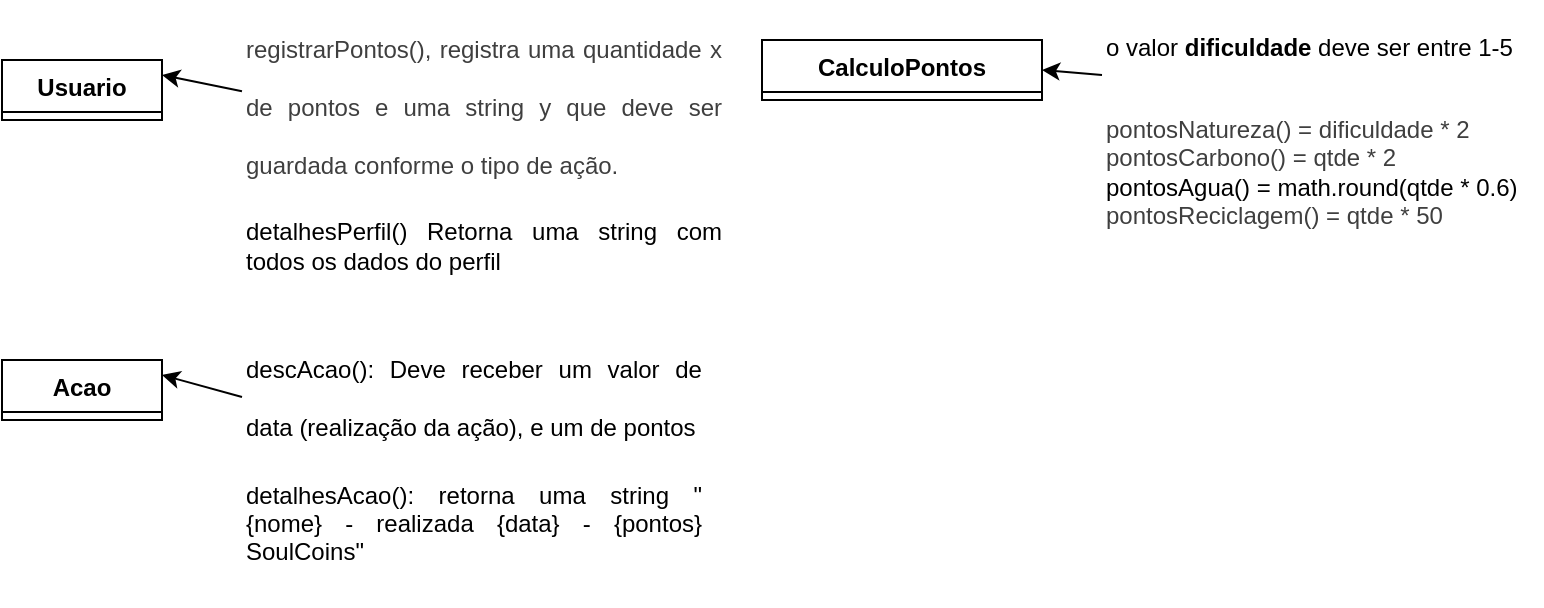
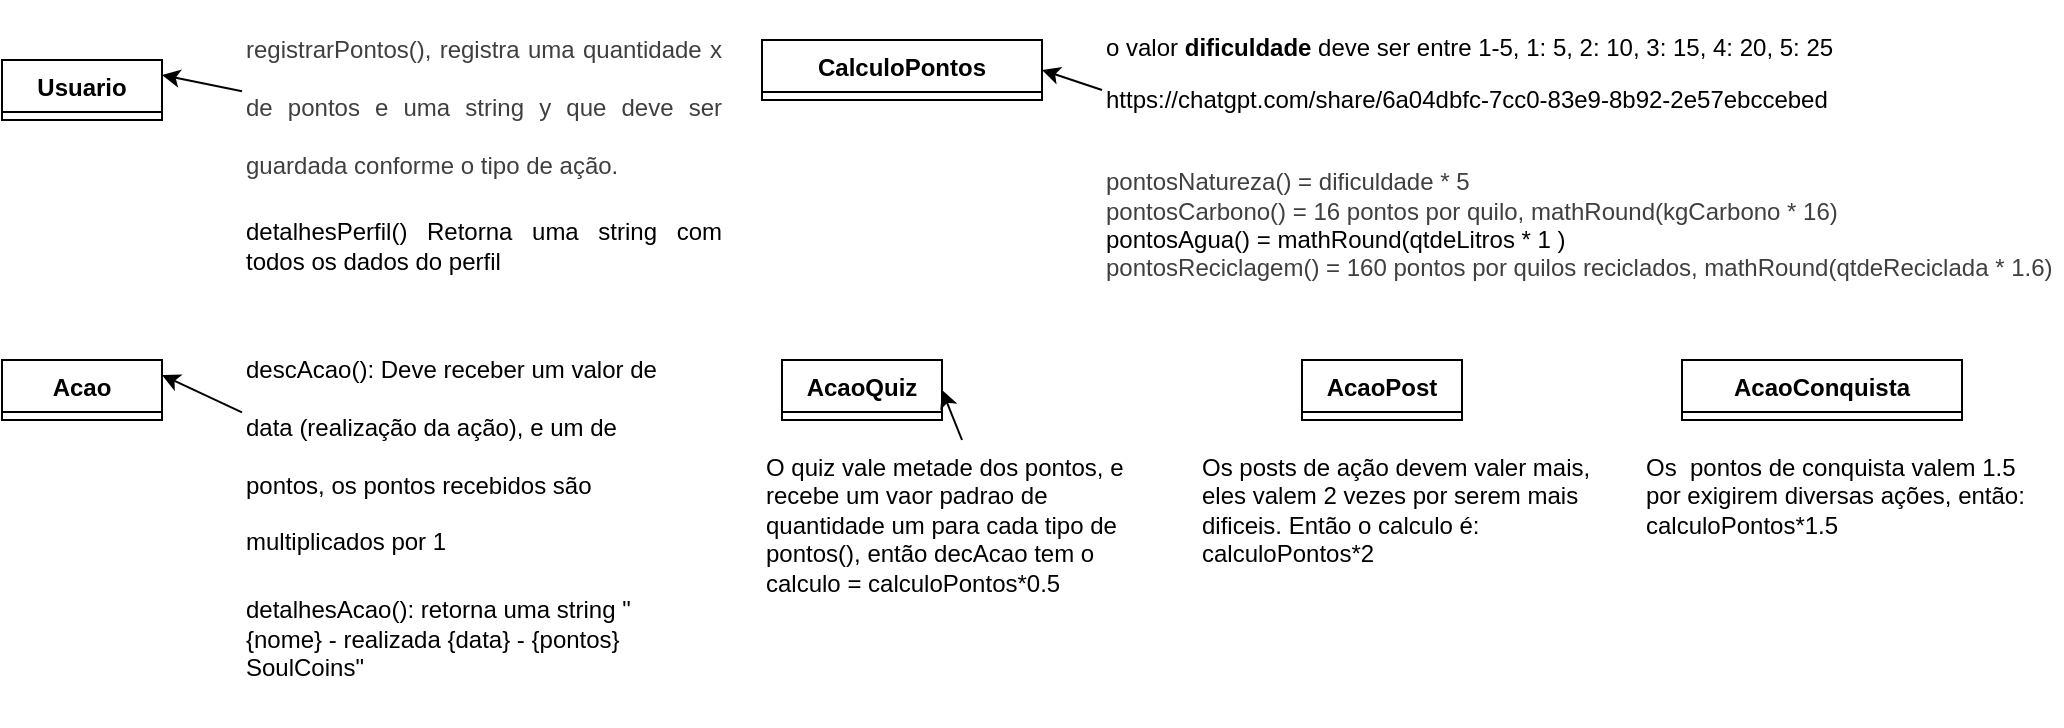
<mxfile host="65bd71144e">
    <diagram id="C4NleTwLMx6O_wPWvEot" name="Page-1">
-         <mxGraphModel dx="572" dy="618" grid="1" gridSize="10" guides="1" tooltips="1" connect="1" arrows="1" fold="1" page="1" pageScale="1" pageWidth="1475" pageHeight="827" math="0" shadow="0">
+         <mxGraphModel dx="558" dy="933" grid="1" gridSize="10" guides="1" tooltips="1" connect="1" arrows="1" fold="1" page="1" pageScale="1" pageWidth="1100" pageHeight="400" math="0" shadow="0">
            <root>
                <mxCell id="0"/>
                <mxCell id="1" parent="0"/>
-                 <mxCell id="2" value="Usuario" style="swimlane;fontStyle=1;align=center;verticalAlign=top;childLayout=stackLayout;horizontal=1;startSize=26;horizontalStack=0;resizeParent=1;resizeParentMax=0;resizeLast=0;collapsible=1;marginBottom=0;whiteSpace=wrap;html=1;" vertex="1" collapsed="1" parent="1">
+                 <mxCell id="2" value="Usuario" style="swimlane;fontStyle=1;align=center;verticalAlign=top;childLayout=stackLayout;horizontal=1;startSize=26;horizontalStack=0;resizeParent=1;resizeParentMax=0;resizeLast=0;collapsible=1;marginBottom=0;whiteSpace=wrap;html=1;" parent="1" vertex="1" collapsed="1">
                    <mxGeometry x="40" y="40" width="80" height="30" as="geometry">
                        <mxRectangle x="40" y="40" width="440" height="230" as="alternateBounds"/>
                    </mxGeometry>
                </mxCell>
-                 <mxCell id="3" value="&lt;span style=&quot;color: rgb(63, 63, 63); font-family: Helvetica; font-size: 14px; font-style: normal; font-variant-ligatures: normal; font-variant-caps: normal; font-weight: 400; letter-spacing: normal; orphans: 2; text-align: -webkit-left; text-indent: 0px; text-transform: none; widows: 2; word-spacing: 0px; -webkit-text-stroke-width: 0px; white-space: normal; background-color: rgb(251, 251, 251); text-decoration-thickness: initial; text-decoration-style: initial; text-decoration-color: initial; float: none; display: inline !important;&quot;&gt;- nome : String&lt;/span&gt;&lt;br style=&quot;forced-color-adjust: none; color: rgb(63, 63, 63); scrollbar-color: rgb(226, 226, 226) rgb(251, 251, 251); font-family: Helvetica; font-size: 14px; font-style: normal; font-variant-ligatures: normal; font-variant-caps: normal; font-weight: 400; letter-spacing: normal; orphans: 2; text-align: -webkit-left; text-indent: 0px; text-transform: none; widows: 2; word-spacing: 0px; -webkit-text-stroke-width: 0px; white-space: normal; background-color: rgb(251, 251, 251); text-decoration-thickness: initial; text-decoration-style: initial; text-decoration-color: initial;&quot;&gt;&lt;span style=&quot;color: rgb(63, 63, 63); font-family: Helvetica; font-size: 14px; font-style: normal; font-variant-ligatures: normal; font-variant-caps: normal; font-weight: 400; letter-spacing: normal; orphans: 2; text-align: -webkit-left; text-indent: 0px; text-transform: none; widows: 2; word-spacing: 0px; -webkit-text-stroke-width: 0px; white-space: normal; background-color: rgb(251, 251, 251); text-decoration-thickness: initial; text-decoration-style: initial; text-decoration-color: initial; float: none; display: inline !important;&quot;&gt;- id : String&lt;/span&gt;&lt;br style=&quot;forced-color-adjust: none; color: rgb(63, 63, 63); scrollbar-color: rgb(226, 226, 226) rgb(251, 251, 251); font-family: Helvetica; font-size: 14px; font-style: normal; font-variant-ligatures: normal; font-variant-caps: normal; font-weight: 400; letter-spacing: normal; orphans: 2; text-align: -webkit-left; text-indent: 0px; text-transform: none; widows: 2; word-spacing: 0px; -webkit-text-stroke-width: 0px; white-space: normal; background-color: rgb(251, 251, 251); text-decoration-thickness: initial; text-decoration-style: initial; text-decoration-color: initial;&quot;&gt;&lt;span style=&quot;color: rgb(63, 63, 63); font-family: Helvetica; font-size: 14px; font-style: normal; font-variant-ligatures: normal; font-variant-caps: normal; font-weight: 400; letter-spacing: normal; orphans: 2; text-align: -webkit-left; text-indent: 0px; text-transform: none; widows: 2; word-spacing: 0px; -webkit-text-stroke-width: 0px; white-space: normal; background-color: rgb(251, 251, 251); text-decoration-thickness: initial; text-decoration-style: initial; text-decoration-color: initial; float: none; display: inline !important;&quot;&gt;- confiabilidade : float&lt;/span&gt;&lt;br style=&quot;forced-color-adjust: none; color: rgb(63, 63, 63); scrollbar-color: rgb(226, 226, 226) rgb(251, 251, 251); font-family: Helvetica; font-size: 14px; font-style: normal; font-variant-ligatures: normal; font-variant-caps: normal; font-weight: 400; letter-spacing: normal; orphans: 2; text-align: -webkit-left; text-indent: 0px; text-transform: none; widows: 2; word-spacing: 0px; -webkit-text-stroke-width: 0px; white-space: normal; background-color: rgb(251, 251, 251); text-decoration-thickness: initial; text-decoration-style: initial; text-decoration-color: initial;&quot;&gt;&lt;span style=&quot;color: rgb(63, 63, 63); font-family: Helvetica; font-size: 14px; font-style: normal; font-variant-ligatures: normal; font-variant-caps: normal; font-weight: 400; letter-spacing: normal; orphans: 2; text-align: -webkit-left; text-indent: 0px; text-transform: none; widows: 2; word-spacing: 0px; -webkit-text-stroke-width: 0px; white-space: normal; background-color: rgb(251, 251, 251); text-decoration-thickness: initial; text-decoration-style: initial; text-decoration-color: initial; float: none; display: inline !important;&quot;&gt;- soulCoins : int&lt;/span&gt;&lt;br style=&quot;forced-color-adjust: none; color: rgb(63, 63, 63); scrollbar-color: rgb(226, 226, 226) rgb(251, 251, 251); font-family: Helvetica; font-size: 14px; font-style: normal; font-variant-ligatures: normal; font-variant-caps: normal; font-weight: 400; letter-spacing: normal; orphans: 2; text-align: -webkit-left; text-indent: 0px; text-transform: none; widows: 2; word-spacing: 0px; -webkit-text-stroke-width: 0px; white-space: normal; background-color: rgb(251, 251, 251); text-decoration-thickness: initial; text-decoration-style: initial; text-decoration-color: initial;&quot;&gt;&lt;span style=&quot;color: rgb(63, 63, 63); font-family: Helvetica; font-size: 14px; font-style: normal; font-variant-ligatures: normal; font-variant-caps: normal; font-weight: 400; letter-spacing: normal; orphans: 2; text-align: -webkit-left; text-indent: 0px; text-transform: none; widows: 2; word-spacing: 0px; -webkit-text-stroke-width: 0px; white-space: normal; background-color: rgb(251, 251, 251); text-decoration-thickness: initial; text-decoration-style: initial; text-decoration-color: initial; float: none; display: inline !important;&quot;&gt;- selos : ArrayList&amp;lt;String&amp;gt;&lt;/span&gt;&lt;div&gt;&lt;span style=&quot;font-size: 14px;&quot;&gt;- eventosAtivos : String&lt;br&gt;&lt;/span&gt;&lt;div&gt;&lt;span style=&quot;color: rgb(63, 63, 63); font-family: Helvetica; font-size: 14px; font-style: normal; font-variant-ligatures: normal; font-variant-caps: normal; font-weight: 400; letter-spacing: normal; orphans: 2; text-align: -webkit-left; text-indent: 0px; text-transform: none; widows: 2; word-spacing: 0px; -webkit-text-stroke-width: 0px; white-space: normal; background-color: rgb(251, 251, 251); text-decoration-thickness: initial; text-decoration-style: initial; text-decoration-color: initial; float: none; display: inline !important;&quot;&gt;- atividadeRecente : String&lt;/span&gt;&lt;br class=&quot;Apple-interchange-newline&quot;&gt;&lt;/div&gt;&lt;/div&gt;" style="text;whiteSpace=wrap;html=1;" vertex="1" parent="2">
+                 <mxCell id="3" value="&lt;span style=&quot;color: rgb(63, 63, 63); font-family: Helvetica; font-size: 14px; font-style: normal; font-variant-ligatures: normal; font-variant-caps: normal; font-weight: 400; letter-spacing: normal; orphans: 2; text-align: -webkit-left; text-indent: 0px; text-transform: none; widows: 2; word-spacing: 0px; -webkit-text-stroke-width: 0px; white-space: normal; background-color: rgb(251, 251, 251); text-decoration-thickness: initial; text-decoration-style: initial; text-decoration-color: initial; float: none; display: inline !important;&quot;&gt;- nome : String&lt;/span&gt;&lt;br style=&quot;forced-color-adjust: none; color: rgb(63, 63, 63); scrollbar-color: rgb(226, 226, 226) rgb(251, 251, 251); font-family: Helvetica; font-size: 14px; font-style: normal; font-variant-ligatures: normal; font-variant-caps: normal; font-weight: 400; letter-spacing: normal; orphans: 2; text-align: -webkit-left; text-indent: 0px; text-transform: none; widows: 2; word-spacing: 0px; -webkit-text-stroke-width: 0px; white-space: normal; background-color: rgb(251, 251, 251); text-decoration-thickness: initial; text-decoration-style: initial; text-decoration-color: initial;&quot;&gt;&lt;span style=&quot;color: rgb(63, 63, 63); font-family: Helvetica; font-size: 14px; font-style: normal; font-variant-ligatures: normal; font-variant-caps: normal; font-weight: 400; letter-spacing: normal; orphans: 2; text-align: -webkit-left; text-indent: 0px; text-transform: none; widows: 2; word-spacing: 0px; -webkit-text-stroke-width: 0px; white-space: normal; background-color: rgb(251, 251, 251); text-decoration-thickness: initial; text-decoration-style: initial; text-decoration-color: initial; float: none; display: inline !important;&quot;&gt;- id : String&lt;/span&gt;&lt;br style=&quot;forced-color-adjust: none; color: rgb(63, 63, 63); scrollbar-color: rgb(226, 226, 226) rgb(251, 251, 251); font-family: Helvetica; font-size: 14px; font-style: normal; font-variant-ligatures: normal; font-variant-caps: normal; font-weight: 400; letter-spacing: normal; orphans: 2; text-align: -webkit-left; text-indent: 0px; text-transform: none; widows: 2; word-spacing: 0px; -webkit-text-stroke-width: 0px; white-space: normal; background-color: rgb(251, 251, 251); text-decoration-thickness: initial; text-decoration-style: initial; text-decoration-color: initial;&quot;&gt;&lt;span style=&quot;color: rgb(63, 63, 63); font-family: Helvetica; font-size: 14px; font-style: normal; font-variant-ligatures: normal; font-variant-caps: normal; font-weight: 400; letter-spacing: normal; orphans: 2; text-align: -webkit-left; text-indent: 0px; text-transform: none; widows: 2; word-spacing: 0px; -webkit-text-stroke-width: 0px; white-space: normal; background-color: rgb(251, 251, 251); text-decoration-thickness: initial; text-decoration-style: initial; text-decoration-color: initial; float: none; display: inline !important;&quot;&gt;- confiabilidade : float&lt;/span&gt;&lt;br style=&quot;forced-color-adjust: none; color: rgb(63, 63, 63); scrollbar-color: rgb(226, 226, 226) rgb(251, 251, 251); font-family: Helvetica; font-size: 14px; font-style: normal; font-variant-ligatures: normal; font-variant-caps: normal; font-weight: 400; letter-spacing: normal; orphans: 2; text-align: -webkit-left; text-indent: 0px; text-transform: none; widows: 2; word-spacing: 0px; -webkit-text-stroke-width: 0px; white-space: normal; background-color: rgb(251, 251, 251); text-decoration-thickness: initial; text-decoration-style: initial; text-decoration-color: initial;&quot;&gt;&lt;span style=&quot;color: rgb(63, 63, 63); font-family: Helvetica; font-size: 14px; font-style: normal; font-variant-ligatures: normal; font-variant-caps: normal; font-weight: 400; letter-spacing: normal; orphans: 2; text-align: -webkit-left; text-indent: 0px; text-transform: none; widows: 2; word-spacing: 0px; -webkit-text-stroke-width: 0px; white-space: normal; background-color: rgb(251, 251, 251); text-decoration-thickness: initial; text-decoration-style: initial; text-decoration-color: initial; float: none; display: inline !important;&quot;&gt;- soulCoins : int&lt;/span&gt;&lt;br style=&quot;forced-color-adjust: none; color: rgb(63, 63, 63); scrollbar-color: rgb(226, 226, 226) rgb(251, 251, 251); font-family: Helvetica; font-size: 14px; font-style: normal; font-variant-ligatures: normal; font-variant-caps: normal; font-weight: 400; letter-spacing: normal; orphans: 2; text-align: -webkit-left; text-indent: 0px; text-transform: none; widows: 2; word-spacing: 0px; -webkit-text-stroke-width: 0px; white-space: normal; background-color: rgb(251, 251, 251); text-decoration-thickness: initial; text-decoration-style: initial; text-decoration-color: initial;&quot;&gt;&lt;span style=&quot;color: rgb(63, 63, 63); font-family: Helvetica; font-size: 14px; font-style: normal; font-variant-ligatures: normal; font-variant-caps: normal; font-weight: 400; letter-spacing: normal; orphans: 2; text-align: -webkit-left; text-indent: 0px; text-transform: none; widows: 2; word-spacing: 0px; -webkit-text-stroke-width: 0px; white-space: normal; background-color: rgb(251, 251, 251); text-decoration-thickness: initial; text-decoration-style: initial; text-decoration-color: initial; float: none; display: inline !important;&quot;&gt;- selos : ArrayList&amp;lt;String&amp;gt;&lt;/span&gt;&lt;div&gt;&lt;span style=&quot;font-size: 14px;&quot;&gt;- eventosAtivos : String&lt;br&gt;&lt;/span&gt;&lt;div&gt;&lt;span style=&quot;color: rgb(63, 63, 63); font-family: Helvetica; font-size: 14px; font-style: normal; font-variant-ligatures: normal; font-variant-caps: normal; font-weight: 400; letter-spacing: normal; orphans: 2; text-align: -webkit-left; text-indent: 0px; text-transform: none; widows: 2; word-spacing: 0px; -webkit-text-stroke-width: 0px; white-space: normal; background-color: rgb(251, 251, 251); text-decoration-thickness: initial; text-decoration-style: initial; text-decoration-color: initial; float: none; display: inline !important;&quot;&gt;- atividadeRecente : String&lt;/span&gt;&lt;br class=&quot;Apple-interchange-newline&quot;&gt;&lt;/div&gt;&lt;/div&gt;" style="text;whiteSpace=wrap;html=1;" parent="2" vertex="1">
                    <mxGeometry y="26" width="440" height="120" as="geometry"/>
                </mxCell>
-                 <mxCell id="4" value="" style="line;strokeWidth=1;fillColor=none;align=left;verticalAlign=middle;spacingTop=-1;spacingLeft=3;spacingRight=3;rotatable=0;labelPosition=right;points=[];portConstraint=eastwest;strokeColor=inherit;" vertex="1" parent="2">
+                 <mxCell id="4" value="" style="line;strokeWidth=1;fillColor=none;align=left;verticalAlign=middle;spacingTop=-1;spacingLeft=3;spacingRight=3;rotatable=0;labelPosition=right;points=[];portConstraint=eastwest;strokeColor=inherit;" parent="2" vertex="1">
                    <mxGeometry y="146" width="440" height="8" as="geometry"/>
                </mxCell>
-                 <mxCell id="5" value="&lt;span style=&quot;color: rgb(63, 63, 63); font-family: Helvetica; font-size: 14px; font-style: normal; font-variant-ligatures: normal; font-variant-caps: normal; font-weight: 400; letter-spacing: normal; orphans: 2; text-align: -webkit-left; text-indent: 0px; text-transform: none; widows: 2; word-spacing: 0px; -webkit-text-stroke-width: 0px; white-space: normal; background-color: rgb(251, 251, 251); text-decoration-thickness: initial; text-decoration-style: initial; text-decoration-color: initial; float: none; display: inline !important;&quot;&gt;+ registrarPontos(soulCoins : int, descAcao : String) : void&lt;/span&gt;&lt;div&gt;&lt;span style=&quot;color: rgb(63, 63, 63); font-size: 14px;&quot;&gt;+ registrarPontos(soulCoins : int, descQuiz : String) : void&lt;/span&gt;&lt;span style=&quot;font-size: 14px;&quot;&gt;&lt;br&gt;&lt;/span&gt;&lt;div&gt;&lt;span style=&quot;color: rgb(63, 63, 63); font-family: Helvetica; font-size: 14px; font-style: normal; font-variant-ligatures: normal; font-variant-caps: normal; font-weight: 400; letter-spacing: normal; orphans: 2; text-align: -webkit-left; text-indent: 0px; text-transform: none; widows: 2; word-spacing: 0px; -webkit-text-stroke-width: 0px; white-space: normal; background-color: rgb(251, 251, 251); text-decoration-thickness: initial; text-decoration-style: initial; text-decoration-color: initial; float: none; display: inline !important;&quot;&gt;+ registrarPontos(soulCoins : int, descConquista : String) : void&lt;/span&gt;&lt;br style=&quot;forced-color-adjust: none; color: rgb(63, 63, 63); scrollbar-color: rgb(226, 226, 226) rgb(251, 251, 251); font-family: Helvetica; font-size: 14px; font-style: normal; font-variant-ligatures: normal; font-variant-caps: normal; font-weight: 400; letter-spacing: normal; orphans: 2; text-align: -webkit-left; text-indent: 0px; text-transform: none; widows: 2; word-spacing: 0px; -webkit-text-stroke-width: 0px; white-space: normal; background-color: rgb(251, 251, 251); text-decoration-thickness: initial; text-decoration-style: initial; text-decoration-color: initial;&quot;&gt;&lt;span style=&quot;color: rgb(63, 63, 63); font-family: Helvetica; font-size: 14px; font-style: normal; font-variant-ligatures: normal; font-variant-caps: normal; font-weight: 400; letter-spacing: normal; orphans: 2; text-align: -webkit-left; text-indent: 0px; text-transform: none; widows: 2; word-spacing: 0px; -webkit-text-stroke-width: 0px; white-space: normal; background-color: rgb(251, 251, 251); text-decoration-thickness: initial; text-decoration-style: initial; text-decoration-color: initial; float: none; display: inline !important;&quot;&gt;+ detalhesPerfil() : String&lt;/span&gt;&lt;/div&gt;&lt;/div&gt;" style="text;whiteSpace=wrap;html=1;" vertex="1" parent="2">
+                 <mxCell id="5" value="&lt;span style=&quot;color: rgb(63, 63, 63); font-family: Helvetica; font-size: 14px; font-style: normal; font-variant-ligatures: normal; font-variant-caps: normal; font-weight: 400; letter-spacing: normal; orphans: 2; text-align: -webkit-left; text-indent: 0px; text-transform: none; widows: 2; word-spacing: 0px; -webkit-text-stroke-width: 0px; white-space: normal; background-color: rgb(251, 251, 251); text-decoration-thickness: initial; text-decoration-style: initial; text-decoration-color: initial; float: none; display: inline !important;&quot;&gt;+ registrarPontos(soulCoins : int, descAcao : String) : void&lt;/span&gt;&lt;div&gt;&lt;span style=&quot;color: rgb(63, 63, 63); font-size: 14px;&quot;&gt;+ registrarPontos(soulCoins : int, descQuiz : String) : void&lt;/span&gt;&lt;span style=&quot;font-size: 14px;&quot;&gt;&lt;br&gt;&lt;/span&gt;&lt;div&gt;&lt;span style=&quot;color: rgb(63, 63, 63); font-family: Helvetica; font-size: 14px; font-style: normal; font-variant-ligatures: normal; font-variant-caps: normal; font-weight: 400; letter-spacing: normal; orphans: 2; text-align: -webkit-left; text-indent: 0px; text-transform: none; widows: 2; word-spacing: 0px; -webkit-text-stroke-width: 0px; white-space: normal; background-color: rgb(251, 251, 251); text-decoration-thickness: initial; text-decoration-style: initial; text-decoration-color: initial; float: none; display: inline !important;&quot;&gt;+ registrarPontos(soulCoins : int, descConquista : String) : void&lt;/span&gt;&lt;br style=&quot;forced-color-adjust: none; color: rgb(63, 63, 63); scrollbar-color: rgb(226, 226, 226) rgb(251, 251, 251); font-family: Helvetica; font-size: 14px; font-style: normal; font-variant-ligatures: normal; font-variant-caps: normal; font-weight: 400; letter-spacing: normal; orphans: 2; text-align: -webkit-left; text-indent: 0px; text-transform: none; widows: 2; word-spacing: 0px; -webkit-text-stroke-width: 0px; white-space: normal; background-color: rgb(251, 251, 251); text-decoration-thickness: initial; text-decoration-style: initial; text-decoration-color: initial;&quot;&gt;&lt;span style=&quot;color: rgb(63, 63, 63); font-family: Helvetica; font-size: 14px; font-style: normal; font-variant-ligatures: normal; font-variant-caps: normal; font-weight: 400; letter-spacing: normal; orphans: 2; text-align: -webkit-left; text-indent: 0px; text-transform: none; widows: 2; word-spacing: 0px; -webkit-text-stroke-width: 0px; white-space: normal; background-color: rgb(251, 251, 251); text-decoration-thickness: initial; text-decoration-style: initial; text-decoration-color: initial; float: none; display: inline !important;&quot;&gt;+ detalhesPerfil() : String&lt;/span&gt;&lt;/div&gt;&lt;/div&gt;" style="text;whiteSpace=wrap;html=1;" parent="2" vertex="1">
                    <mxGeometry y="154" width="440" height="76" as="geometry"/>
                </mxCell>
-                 <mxCell id="7" style="edgeStyle=none;html=1;entryX=1;entryY=0.25;entryDx=0;entryDy=0;" edge="1" parent="1" source="6" target="2">
+                 <mxCell id="7" style="edgeStyle=none;html=1;entryX=1;entryY=0.25;entryDx=0;entryDy=0;" parent="1" source="6" target="2" edge="1">
                    <mxGeometry relative="1" as="geometry"/>
                </mxCell>
-                 <mxCell id="6" value="&lt;h1 style=&quot;text-align: justify; margin-top: 0px;&quot;&gt;&lt;span style=&quot;color: rgb(63, 63, 63); background-color: transparent; font-size: 12px; font-weight: normal;&quot;&gt;registrarPontos(), registra uma quantidade x de pontos e uma string y que deve ser guardada conforme o tipo de ação.&lt;/span&gt;&lt;/h1&gt;&lt;div style=&quot;text-align: justify;&quot;&gt;detalhesPerfil() Retorna uma string com todos os dados do perfil&lt;/div&gt;&lt;div&gt;&lt;span style=&quot;color: rgb(63, 63, 63); background-color: transparent; font-size: 12px; font-weight: normal;&quot;&gt;&lt;br&gt;&lt;/span&gt;&lt;/div&gt;" style="text;html=1;whiteSpace=wrap;overflow=hidden;rounded=0;" vertex="1" parent="1">
+                 <mxCell id="6" value="&lt;h1 style=&quot;text-align: justify; margin-top: 0px;&quot;&gt;&lt;span style=&quot;color: rgb(63, 63, 63); background-color: transparent; font-size: 12px; font-weight: normal;&quot;&gt;registrarPontos(), registra uma quantidade x de pontos e uma string y que deve ser guardada conforme o tipo de ação.&lt;/span&gt;&lt;/h1&gt;&lt;div style=&quot;text-align: justify;&quot;&gt;detalhesPerfil() Retorna uma string com todos os dados do perfil&lt;/div&gt;&lt;div&gt;&lt;span style=&quot;color: rgb(63, 63, 63); background-color: transparent; font-size: 12px; font-weight: normal;&quot;&gt;&lt;br&gt;&lt;/span&gt;&lt;/div&gt;" style="text;html=1;whiteSpace=wrap;overflow=hidden;rounded=0;" parent="1" vertex="1">
                    <mxGeometry x="160" y="10" width="240" height="140" as="geometry"/>
                </mxCell>
-                 <mxCell id="8" value="Acao" style="swimlane;fontStyle=1;align=center;verticalAlign=top;childLayout=stackLayout;horizontal=1;startSize=26;horizontalStack=0;resizeParent=1;resizeParentMax=0;resizeLast=0;collapsible=1;marginBottom=0;whiteSpace=wrap;html=1;" vertex="1" collapsed="1" parent="1">
+                 <mxCell id="8" value="Acao" style="swimlane;fontStyle=1;align=center;verticalAlign=top;childLayout=stackLayout;horizontal=1;startSize=26;horizontalStack=0;resizeParent=1;resizeParentMax=0;resizeLast=0;collapsible=1;marginBottom=0;whiteSpace=wrap;html=1;" parent="1" vertex="1" collapsed="1">
                    <mxGeometry x="40" y="190" width="80" height="30" as="geometry">
                        <mxRectangle x="40" y="190" width="440" height="140" as="alternateBounds"/>
                    </mxGeometry>
                </mxCell>
-                 <mxCell id="9" value="&lt;span style=&quot;color: rgb(63, 63, 63); font-size: 14px;&quot;&gt;- nome : String&lt;/span&gt;&lt;br style=&quot;color: rgb(63, 63, 63); scrollbar-color: rgb(226, 226, 226) rgb(251, 251, 251); font-size: 14px;&quot;&gt;&lt;span style=&quot;color: rgb(63, 63, 63); font-size: 14px;&quot;&gt;- soulCoinsGerados : int&lt;/span&gt;&lt;br style=&quot;color: rgb(63, 63, 63); scrollbar-color: rgb(226, 226, 226) rgb(251, 251, 251); font-size: 14px;&quot;&gt;&lt;span style=&quot;color: rgb(63, 63, 63); font-size: 14px;&quot;&gt;- dataRealizacao : LocalDateTime&lt;/span&gt;" style="text;whiteSpace=wrap;html=1;" vertex="1" parent="8">
+                 <mxCell id="9" value="&lt;span style=&quot;color: rgb(63, 63, 63); font-size: 14px;&quot;&gt;- nome : String&lt;/span&gt;&lt;br style=&quot;color: rgb(63, 63, 63); scrollbar-color: rgb(226, 226, 226) rgb(251, 251, 251); font-size: 14px;&quot;&gt;&lt;span style=&quot;color: rgb(63, 63, 63); font-size: 14px;&quot;&gt;- soulCoinsGerados : int&lt;/span&gt;&lt;br style=&quot;color: rgb(63, 63, 63); scrollbar-color: rgb(226, 226, 226) rgb(251, 251, 251); font-size: 14px;&quot;&gt;&lt;span style=&quot;color: rgb(63, 63, 63); font-size: 14px;&quot;&gt;- dataRealizacao : LocalDateTime&lt;/span&gt;" style="text;whiteSpace=wrap;html=1;" parent="8" vertex="1">
                    <mxGeometry y="26" width="440" height="64" as="geometry"/>
                </mxCell>
-                 <mxCell id="10" value="" style="line;strokeWidth=1;fillColor=none;align=left;verticalAlign=middle;spacingTop=-1;spacingLeft=3;spacingRight=3;rotatable=0;labelPosition=right;points=[];portConstraint=eastwest;strokeColor=inherit;" vertex="1" parent="8">
+                 <mxCell id="10" value="" style="line;strokeWidth=1;fillColor=none;align=left;verticalAlign=middle;spacingTop=-1;spacingLeft=3;spacingRight=3;rotatable=0;labelPosition=right;points=[];portConstraint=eastwest;strokeColor=inherit;" parent="8" vertex="1">
                    <mxGeometry y="90" width="440" height="8" as="geometry"/>
                </mxCell>
-                 <mxCell id="11" value="&lt;div&gt;&lt;span style=&quot;color: rgb(63, 63, 63); font-size: 14px;&quot;&gt;+ descAcao(&lt;/span&gt;&lt;span style=&quot;scrollbar-color: rgb(226, 226, 226) rgb(251, 251, 251); font-size: 14px; color: rgb(63, 63, 63);&quot;&gt;LocalDateTime dataAcao, calculoPontos: int&lt;/span&gt;&lt;span style=&quot;color: rgb(63, 63, 63); font-size: 14px;&quot;&gt;) : String&lt;/span&gt;&lt;br style=&quot;color: rgb(63, 63, 63); scrollbar-color: rgb(226, 226, 226) rgb(251, 251, 251); font-size: 14px;&quot;&gt;&lt;span style=&quot;color: rgb(63, 63, 63); font-size: 14px;&quot;&gt;+ detalhesAcao() : String&lt;/span&gt;&lt;/div&gt;" style="text;whiteSpace=wrap;html=1;" vertex="1" parent="8">
+                 <mxCell id="11" value="&lt;div&gt;&lt;span style=&quot;color: rgb(63, 63, 63); font-size: 14px;&quot;&gt;+ descAcao(&lt;/span&gt;&lt;span style=&quot;scrollbar-color: rgb(226, 226, 226) rgb(251, 251, 251); font-size: 14px; color: rgb(63, 63, 63);&quot;&gt;LocalDateTime dataAcao, calculoPontos: int&lt;/span&gt;&lt;span style=&quot;color: rgb(63, 63, 63); font-size: 14px;&quot;&gt;) : String&lt;/span&gt;&lt;br style=&quot;color: rgb(63, 63, 63); scrollbar-color: rgb(226, 226, 226) rgb(251, 251, 251); font-size: 14px;&quot;&gt;&lt;span style=&quot;color: rgb(63, 63, 63); font-size: 14px;&quot;&gt;+ detalhesAcao() : String&lt;/span&gt;&lt;/div&gt;" style="text;whiteSpace=wrap;html=1;" parent="8" vertex="1">
                    <mxGeometry y="98" width="440" height="42" as="geometry"/>
                </mxCell>
-                 <mxCell id="13" style="edgeStyle=none;html=1;entryX=1;entryY=0.25;entryDx=0;entryDy=0;" edge="1" parent="1" source="12" target="8">
+                 <mxCell id="13" style="edgeStyle=none;html=1;entryX=1;entryY=0.25;entryDx=0;entryDy=0;" parent="1" source="12" target="8" edge="1">
                    <mxGeometry relative="1" as="geometry"/>
                </mxCell>
-                 <mxCell id="12" value="&lt;h1 style=&quot;text-align: justify; margin-top: 0px;&quot;&gt;&lt;span style=&quot;font-size: 12px; font-weight: 400;&quot;&gt;descAcao(): Deve receber um valor de data (realização da ação), e um de pontos&lt;/span&gt;&lt;/h1&gt;&lt;div style=&quot;text-align: justify;&quot;&gt;&lt;span style=&quot;font-size: 12px; font-weight: 400;&quot;&gt;detalhesAcao(): retorna uma string &quot;{nome} - realizada {data} - {pontos} SoulCoins&quot;&lt;/span&gt;&lt;/div&gt;&lt;div style=&quot;text-align: justify;&quot;&gt;&lt;span style=&quot;font-size: 12px; font-weight: 400;&quot;&gt;&lt;br&gt;&lt;/span&gt;&lt;/div&gt;" style="text;html=1;whiteSpace=wrap;overflow=hidden;rounded=0;" vertex="1" parent="1">
-                     <mxGeometry x="160" y="170" width="230" height="140" as="geometry"/>
+                 <mxCell id="12" value="&lt;h1 style=&quot;margin-top: 0px;&quot;&gt;&lt;span style=&quot;font-size: 12px; font-weight: 400;&quot;&gt;descAcao(): Deve receber um valor de data (realização da ação), e um de pontos, os pontos recebidos são multiplicados por 1&lt;/span&gt;&lt;/h1&gt;&lt;div style=&quot;&quot;&gt;&lt;span style=&quot;font-size: 12px; font-weight: 400;&quot;&gt;detalhesAcao(): retorna uma string &quot;{nome} - realizada {data} - {pontos} SoulCoins&quot;&lt;/span&gt;&lt;/div&gt;&lt;div style=&quot;&quot;&gt;&lt;span style=&quot;font-size: 12px; font-weight: 400;&quot;&gt;&lt;br&gt;&lt;/span&gt;&lt;/div&gt;" style="text;html=1;whiteSpace=wrap;overflow=hidden;rounded=0;" parent="1" vertex="1">
+                     <mxGeometry x="160" y="170" width="230" height="200" as="geometry"/>
                </mxCell>
-                 <mxCell id="23" style="edgeStyle=none;html=1;exitX=0;exitY=0.25;exitDx=0;exitDy=0;entryX=1;entryY=0.5;entryDx=0;entryDy=0;" edge="1" parent="1" source="18" target="19">
+                 <mxCell id="23" style="edgeStyle=none;html=1;exitX=0;exitY=0.25;exitDx=0;exitDy=0;entryX=1;entryY=0.5;entryDx=0;entryDy=0;" parent="1" source="18" target="19" edge="1">
                    <mxGeometry relative="1" as="geometry"/>
                </mxCell>
-                 <mxCell id="18" value="&lt;p style=&quot;text-align: justify; margin-top: 0px;&quot;&gt;&lt;span style=&quot;font-size: 12px; font-weight: 400;&quot;&gt;o valor &lt;/span&gt;&lt;span style=&quot;font-size: 12px;&quot;&gt;&lt;b&gt;dificuldade &lt;/b&gt;&lt;/span&gt;&lt;span style=&quot;font-size: 12px; font-weight: 400;&quot;&gt;deve ser entre 1-5&lt;/span&gt;&lt;/p&gt;&lt;p style=&quot;text-align: justify; margin-top: 0px;&quot;&gt;&lt;span style=&quot;font-size: 12px; font-weight: 400;&quot;&gt;&lt;br&gt;&lt;/span&gt;&lt;span style=&quot;color: rgb(63, 63, 63); font-size: 12px; font-weight: 400; background-color: transparent;&quot;&gt;pontosNatureza() = dificuldade * 2&lt;br&gt;&lt;/span&gt;&lt;span style=&quot;background-color: transparent; color: rgb(63, 63, 63); font-size: 12px; font-weight: normal;&quot;&gt;pontosCarbono() = qtde * 2&lt;br&gt;&lt;/span&gt;&lt;span style=&quot;text-align: justify; background-color: transparent;&quot;&gt;pontosAgua() = math.round(qtde * 0.6)&lt;/span&gt;&lt;span style=&quot;color: rgb(63, 63, 63); text-align: justify;&quot;&gt;&lt;br&gt;&lt;/span&gt;&lt;span style=&quot;color: rgb(63, 63, 63); text-align: justify;&quot;&gt;pontosReciclagem() = qtde * 50&lt;/span&gt;&lt;/p&gt;" style="text;html=1;whiteSpace=wrap;overflow=hidden;rounded=0;" vertex="1" parent="1">
-                     <mxGeometry x="590" y="20" width="220" height="110" as="geometry"/>
+                 <mxCell id="18" value="&lt;p style=&quot;margin-top: 0px;&quot;&gt;&lt;span style=&quot;font-size: 12px; font-weight: 400;&quot;&gt;o valor &lt;/span&gt;&lt;span style=&quot;font-size: 12px;&quot;&gt;&lt;b&gt;dificuldade &lt;/b&gt;&lt;/span&gt;&lt;span style=&quot;font-size: 12px; font-weight: 400;&quot;&gt;deve ser entre 1-5, 1: 5, 2: 10, 3: 15, 4: 20, 5: 25&lt;/span&gt;&lt;/p&gt;&lt;p style=&quot;margin-top: 0px;&quot;&gt;https://chatgpt.com/share/6a04dbfc-7cc0-83e9-8b92-2e57ebccebed&lt;/p&gt;&lt;p style=&quot;margin-top: 0px;&quot;&gt;&lt;br&gt;&lt;span style=&quot;color: rgb(63, 63, 63); font-size: 12px; font-weight: 400; background-color: transparent;&quot;&gt;pontosNatureza() = dificuldade * 5&lt;br&gt;&lt;/span&gt;&lt;span style=&quot;background-color: transparent; color: rgb(63, 63, 63); font-size: 12px; font-weight: normal;&quot;&gt;pontosCarbono() = 16 pontos por quilo, mathRound(kgCarbono * 16)&lt;br&gt;&lt;/span&gt;&lt;span style=&quot;background-color: transparent;&quot;&gt;pontosAgua() = mathRound(qtdeLitros * 1 )&lt;/span&gt;&lt;span style=&quot;color: rgb(63, 63, 63);&quot;&gt;&lt;br&gt;&lt;/span&gt;&lt;span style=&quot;color: rgb(63, 63, 63);&quot;&gt;pontosReciclagem() = 160 pontos por quilos reciclados, mathRound(qtdeReciclada * 1.6)&lt;/span&gt;&lt;/p&gt;" style="text;html=1;whiteSpace=wrap;overflow=hidden;rounded=0;align=left;" parent="1" vertex="1">
+                     <mxGeometry x="590" y="20" width="480" height="140" as="geometry"/>
                </mxCell>
-                 <mxCell id="19" value="CalculoPontos" style="swimlane;fontStyle=1;align=center;verticalAlign=top;childLayout=stackLayout;horizontal=1;startSize=26;horizontalStack=0;resizeParent=1;resizeParentMax=0;resizeLast=0;collapsible=1;marginBottom=0;whiteSpace=wrap;html=1;" vertex="1" collapsed="1" parent="1">
+                 <mxCell id="19" value="CalculoPontos" style="swimlane;fontStyle=1;align=center;verticalAlign=top;childLayout=stackLayout;horizontal=1;startSize=26;horizontalStack=0;resizeParent=1;resizeParentMax=0;resizeLast=0;collapsible=1;marginBottom=0;whiteSpace=wrap;html=1;" parent="1" vertex="1" collapsed="1">
                    <mxGeometry x="420" y="30" width="140" height="30" as="geometry">
                        <mxRectangle x="420" y="30" width="440" height="150" as="alternateBounds"/>
                    </mxGeometry>
                </mxCell>
-                 <mxCell id="20" value="&lt;div&gt;&lt;span style=&quot;font-size: 14px;&quot;&gt;- pontos : int&lt;/span&gt;&lt;/div&gt;&lt;div&gt;&lt;span style=&quot;font-size: 14px;&quot;&gt;- difilculdade : int&lt;/span&gt;&lt;/div&gt;" style="text;whiteSpace=wrap;html=1;" vertex="1" parent="19">
+                 <mxCell id="20" value="&lt;div&gt;&lt;span style=&quot;font-size: 14px;&quot;&gt;- pontos : int&lt;/span&gt;&lt;/div&gt;&lt;div&gt;&lt;span style=&quot;font-size: 14px;&quot;&gt;- difilculdade : int&lt;/span&gt;&lt;/div&gt;" style="text;whiteSpace=wrap;html=1;" parent="19" vertex="1">
                    <mxGeometry y="26" width="440" height="34" as="geometry"/>
                </mxCell>
-                 <mxCell id="21" value="" style="line;strokeWidth=1;fillColor=none;align=left;verticalAlign=middle;spacingTop=-1;spacingLeft=3;spacingRight=3;rotatable=0;labelPosition=right;points=[];portConstraint=eastwest;strokeColor=inherit;" vertex="1" parent="19">
+                 <mxCell id="21" value="" style="line;strokeWidth=1;fillColor=none;align=left;verticalAlign=middle;spacingTop=-1;spacingLeft=3;spacingRight=3;rotatable=0;labelPosition=right;points=[];portConstraint=eastwest;strokeColor=inherit;" parent="19" vertex="1">
                    <mxGeometry y="60" width="440" height="8" as="geometry"/>
                </mxCell>
-                 <mxCell id="22" value="&lt;div style=&quot;color: rgb(63, 63, 63); scrollbar-color: rgb(226, 226, 226) rgb(251, 251, 251);&quot;&gt;&lt;span style=&quot;scrollbar-color: rgb(226, 226, 226) rgb(251, 251, 251); font-size: 14px; color: rgb(63, 63, 63);&quot;&gt;+ pontosNatureza(&lt;span style=&quot;scrollbar-color: rgb(226, 226, 226) rgb(251, 251, 251); color: rgb(63, 63, 63);&quot;&gt;int dificuldade&lt;/span&gt;) :&amp;nbsp;&lt;/span&gt;&lt;span style=&quot;color: rgb(63, 63, 63); font-size: 14px;&quot;&gt;int&lt;/span&gt;&lt;br style=&quot;scrollbar-color: rgb(226, 226, 226) rgb(251, 251, 251); font-size: 14px; color: rgb(63, 63, 63);&quot;&gt;&lt;span style=&quot;scrollbar-color: rgb(226, 226, 226) rgb(251, 251, 251); font-size: 14px; color: rgb(63, 63, 63);&quot;&gt;+ pontosCarbono(&lt;span style=&quot;color: rgb(63, 63, 63);&quot;&gt;float qtdeCarbono&lt;/span&gt;) :&amp;nbsp;&lt;/span&gt;&lt;span style=&quot;color: rgb(63, 63, 63); font-size: 14px;&quot;&gt;int&lt;/span&gt;&lt;br style=&quot;scrollbar-color: rgb(226, 226, 226) rgb(251, 251, 251); font-size: 14px; color: rgb(63, 63, 63);&quot;&gt;&lt;span style=&quot;scrollbar-color: rgb(226, 226, 226) rgb(251, 251, 251); font-size: 14px; color: rgb(63, 63, 63);&quot;&gt;+ pontosAgua(&lt;span style=&quot;color: rgb(63, 63, 63);&quot;&gt;float qtdeAgua&lt;/span&gt;) :&amp;nbsp;&lt;/span&gt;&lt;span style=&quot;color: rgb(63, 63, 63); font-size: 14px;&quot;&gt;int&lt;/span&gt;&lt;div style=&quot;scrollbar-color: rgb(226, 226, 226) rgb(251, 251, 251); color: rgb(63, 63, 63);&quot;&gt;&lt;font style=&quot;scrollbar-color: rgb(226, 226, 226) rgb(251, 251, 251); font-size: 14px; color: rgb(63, 63, 63);&quot;&gt;+ pontosReciclagem(float&amp;nbsp;&lt;span style=&quot;color: rgb(63, 63, 63);&quot;&gt;qtdeReciclada&lt;/span&gt;) : int&lt;/font&gt;&lt;/div&gt;&lt;/div&gt;" style="text;whiteSpace=wrap;html=1;" vertex="1" parent="19">
+                 <mxCell id="22" value="&lt;div style=&quot;color: rgb(63, 63, 63); scrollbar-color: rgb(226, 226, 226) rgb(251, 251, 251);&quot;&gt;&lt;span style=&quot;scrollbar-color: rgb(226, 226, 226) rgb(251, 251, 251); font-size: 14px; color: rgb(63, 63, 63);&quot;&gt;+ pontosNatureza(&lt;span style=&quot;scrollbar-color: rgb(226, 226, 226) rgb(251, 251, 251); color: rgb(63, 63, 63);&quot;&gt;int dificuldade&lt;/span&gt;) :&amp;nbsp;&lt;/span&gt;&lt;span style=&quot;color: rgb(63, 63, 63); font-size: 14px;&quot;&gt;int&lt;/span&gt;&lt;br style=&quot;scrollbar-color: rgb(226, 226, 226) rgb(251, 251, 251); font-size: 14px; color: rgb(63, 63, 63);&quot;&gt;&lt;span style=&quot;scrollbar-color: rgb(226, 226, 226) rgb(251, 251, 251); font-size: 14px; color: rgb(63, 63, 63);&quot;&gt;+ pontosCarbono(&lt;span style=&quot;color: rgb(63, 63, 63);&quot;&gt;float qtdeCarbono&lt;/span&gt;) :&amp;nbsp;&lt;/span&gt;&lt;span style=&quot;color: rgb(63, 63, 63); font-size: 14px;&quot;&gt;int&lt;/span&gt;&lt;br style=&quot;scrollbar-color: rgb(226, 226, 226) rgb(251, 251, 251); font-size: 14px; color: rgb(63, 63, 63);&quot;&gt;&lt;span style=&quot;scrollbar-color: rgb(226, 226, 226) rgb(251, 251, 251); font-size: 14px; color: rgb(63, 63, 63);&quot;&gt;+ pontosAgua(&lt;span style=&quot;color: rgb(63, 63, 63);&quot;&gt;float qtdeAgua&lt;/span&gt;) :&amp;nbsp;&lt;/span&gt;&lt;span style=&quot;color: rgb(63, 63, 63); font-size: 14px;&quot;&gt;int&lt;/span&gt;&lt;div style=&quot;scrollbar-color: rgb(226, 226, 226) rgb(251, 251, 251); color: rgb(63, 63, 63);&quot;&gt;&lt;font style=&quot;scrollbar-color: rgb(226, 226, 226) rgb(251, 251, 251); font-size: 14px; color: rgb(63, 63, 63);&quot;&gt;+ pontosReciclagem(float&amp;nbsp;&lt;span style=&quot;color: rgb(63, 63, 63);&quot;&gt;qtdeReciclada&lt;/span&gt;) : int&lt;/font&gt;&lt;/div&gt;&lt;/div&gt;" style="text;whiteSpace=wrap;html=1;" parent="19" vertex="1">
                    <mxGeometry y="68" width="440" height="82" as="geometry"/>
+                 </mxCell>
+                 <mxCell id="24" value="AcaoQuiz" style="swimlane;fontStyle=1;align=center;verticalAlign=top;childLayout=stackLayout;horizontal=1;startSize=26;horizontalStack=0;resizeParent=1;resizeParentMax=0;resizeLast=0;collapsible=1;marginBottom=0;whiteSpace=wrap;html=1;" vertex="1" collapsed="1" parent="1">
+                     <mxGeometry x="430" y="190" width="80" height="30" as="geometry">
+                         <mxRectangle x="430" y="190" width="440" height="120" as="alternateBounds"/>
+                     </mxGeometry>
+                 </mxCell>
+                 <mxCell id="25" value="&lt;div style=&quot;forced-color-adjust: none; color: rgb(63, 63, 63); scrollbar-color: rgb(226, 226, 226) rgb(251, 251, 251); font-family: Helvetica; font-style: normal; font-variant-ligatures: normal; font-variant-caps: normal; font-weight: 400; letter-spacing: normal; orphans: 2; text-align: left; text-indent: 0px; text-transform: none; widows: 2; word-spacing: 0px; -webkit-text-stroke-width: 0px; white-space: normal; background-color: rgb(251, 251, 251); text-decoration-thickness: initial; text-decoration-style: initial; text-decoration-color: initial;&quot;&gt;&lt;span style=&quot;font-size: 14px;&quot;&gt;- acertos&lt;/span&gt;&lt;/div&gt;&lt;div style=&quot;forced-color-adjust: none; color: rgb(63, 63, 63); scrollbar-color: rgb(226, 226, 226) rgb(251, 251, 251); font-family: Helvetica; font-style: normal; font-variant-ligatures: normal; font-variant-caps: normal; font-weight: 400; letter-spacing: normal; orphans: 2; text-align: left; text-indent: 0px; text-transform: none; widows: 2; word-spacing: 0px; -webkit-text-stroke-width: 0px; white-space: normal; background-color: rgb(251, 251, 251); text-decoration-thickness: initial; text-decoration-style: initial; text-decoration-color: initial;&quot;&gt;&lt;span style=&quot;font-size: 14px;&quot;&gt;- valorQuestao&lt;/span&gt;&lt;/div&gt;" style="text;whiteSpace=wrap;html=1;" vertex="1" parent="24">
+                     <mxGeometry y="26" width="440" height="46" as="geometry"/>
+                 </mxCell>
+                 <mxCell id="26" value="" style="line;strokeWidth=1;fillColor=none;align=left;verticalAlign=middle;spacingTop=-1;spacingLeft=3;spacingRight=3;rotatable=0;labelPosition=right;points=[];portConstraint=eastwest;strokeColor=inherit;" vertex="1" parent="24">
+                     <mxGeometry y="72" width="440" height="8" as="geometry"/>
+                 </mxCell>
+                 <mxCell id="27" value="&lt;div&gt;&lt;span style=&quot;scrollbar-color: rgb(226, 226, 226) rgb(251, 251, 251); font-size: 14px; color: rgb(63, 63, 63);&quot;&gt;+ descAcao(&lt;span style=&quot;scrollbar-color: rgb(226, 226, 226) rgb(251, 251, 251); color: rgb(63, 63, 63);&quot;&gt;LocalDateTime dataAcao, calculoPontos: int&lt;/span&gt;) : String&lt;/span&gt;&lt;br&gt;&lt;/div&gt;&lt;span style=&quot;font-size: 14px;&quot;&gt;+ detalhesQuiz() : String&lt;/span&gt;" style="text;whiteSpace=wrap;html=1;" vertex="1" parent="24">
+                     <mxGeometry y="80" width="440" height="40" as="geometry"/>
+                 </mxCell>
+                 <mxCell id="28" value="AcaoPost" style="swimlane;fontStyle=1;align=center;verticalAlign=top;childLayout=stackLayout;horizontal=1;startSize=26;horizontalStack=0;resizeParent=1;resizeParentMax=0;resizeLast=0;collapsible=1;marginBottom=0;whiteSpace=wrap;html=1;" vertex="1" collapsed="1" parent="1">
+                     <mxGeometry x="690" y="190" width="80" height="30" as="geometry">
+                         <mxRectangle x="520" y="300" width="440" height="140" as="alternateBounds"/>
+                     </mxGeometry>
+                 </mxCell>
+                 <mxCell id="29" value="&lt;span style=&quot;color: rgb(63, 63, 63); font-size: 14px;&quot;&gt;- postID : int&lt;/span&gt;&lt;br style=&quot;color: rgb(63, 63, 63); scrollbar-color: rgb(226, 226, 226) rgb(251, 251, 251); font-size: 14px;&quot;&gt;&lt;span style=&quot;color: rgb(63, 63, 63); font-size: 14px;&quot;&gt;- posicaoRanking : int&lt;/span&gt;&lt;br style=&quot;color: rgb(63, 63, 63); scrollbar-color: rgb(226, 226, 226) rgb(251, 251, 251); font-size: 14px;&quot;&gt;&lt;span style=&quot;color: rgb(63, 63, 63); font-size: 14px;&quot;&gt;- engajamentoPost : float&lt;/span&gt;&lt;div&gt;&lt;span style=&quot;color: rgb(63, 63, 63); font-size: 14px;&quot;&gt;&lt;br&gt;&lt;/span&gt;&lt;/div&gt;" style="text;whiteSpace=wrap;html=1;" vertex="1" parent="28">
+                     <mxGeometry y="26" width="440" height="64" as="geometry"/>
+                 </mxCell>
+                 <mxCell id="30" value="" style="line;strokeWidth=1;fillColor=none;align=left;verticalAlign=middle;spacingTop=-1;spacingLeft=3;spacingRight=3;rotatable=0;labelPosition=right;points=[];portConstraint=eastwest;strokeColor=inherit;" vertex="1" parent="28">
+                     <mxGeometry y="90" width="440" height="8" as="geometry"/>
+                 </mxCell>
+                 <mxCell id="31" value="&lt;div&gt;&lt;span style=&quot;color: rgb(63, 63, 63); font-size: 14px;&quot;&gt;+ descAcao(&lt;/span&gt;&lt;span style=&quot;scrollbar-color: rgb(226, 226, 226) rgb(251, 251, 251); font-size: 14px; color: rgb(63, 63, 63);&quot;&gt;LocalDateTime dataAcao, calculoPontos: int&lt;/span&gt;&lt;span style=&quot;color: rgb(63, 63, 63); font-size: 14px;&quot;&gt;) : String&lt;/span&gt;&lt;/div&gt;&lt;span style=&quot;color: rgb(63, 63, 63); font-size: 14px;&quot;&gt;+ detalhesPost() : String&lt;/span&gt;" style="text;whiteSpace=wrap;html=1;" vertex="1" parent="28">
+                     <mxGeometry y="98" width="440" height="42" as="geometry"/>
+                 </mxCell>
+                 <mxCell id="32" value="AcaoConquista" style="swimlane;fontStyle=1;align=center;verticalAlign=top;childLayout=stackLayout;horizontal=1;startSize=26;horizontalStack=0;resizeParent=1;resizeParentMax=0;resizeLast=0;collapsible=1;marginBottom=0;whiteSpace=wrap;html=1;" vertex="1" collapsed="1" parent="1">
+                     <mxGeometry x="880" y="190" width="140" height="30" as="geometry">
+                         <mxRectangle x="880" y="190" width="440" height="120" as="alternateBounds"/>
+                     </mxGeometry>
+                 </mxCell>
+                 <mxCell id="33" value="&lt;div&gt;&lt;span style=&quot;font-size: 14px;&quot;&gt;- selo : String&lt;/span&gt;&lt;/div&gt;" style="text;whiteSpace=wrap;html=1;" vertex="1" parent="32">
+                     <mxGeometry y="26" width="440" height="24" as="geometry"/>
+                 </mxCell>
+                 <mxCell id="34" value="" style="line;strokeWidth=1;fillColor=none;align=left;verticalAlign=middle;spacingTop=-1;spacingLeft=3;spacingRight=3;rotatable=0;labelPosition=right;points=[];portConstraint=eastwest;strokeColor=inherit;" vertex="1" parent="32">
+                     <mxGeometry y="50" width="440" height="8" as="geometry"/>
+                 </mxCell>
+                 <mxCell id="35" value="&lt;div&gt;&lt;span style=&quot;color: rgb(63, 63, 63); font-size: 14px;&quot;&gt;+ descAcao(&lt;/span&gt;&lt;span style=&quot;scrollbar-color: rgb(226, 226, 226) rgb(251, 251, 251); font-size: 14px; color: rgb(63, 63, 63);&quot;&gt;LocalDateTime dataAcao, calculoPontos: int&lt;/span&gt;&lt;span style=&quot;color: rgb(63, 63, 63); font-size: 14px;&quot;&gt;) : String&lt;/span&gt;&lt;/div&gt;&lt;span style=&quot;font-size: 14px;&quot;&gt;+ detalhesConquista() : String&lt;/span&gt;" style="text;whiteSpace=wrap;html=1;" vertex="1" parent="32">
+                     <mxGeometry y="58" width="440" height="62" as="geometry"/>
+                 </mxCell>
+                 <mxCell id="37" style="edgeStyle=none;html=1;exitX=0.5;exitY=0;exitDx=0;exitDy=0;entryX=1;entryY=0.5;entryDx=0;entryDy=0;" edge="1" parent="1" source="36" target="24">
+                     <mxGeometry relative="1" as="geometry"/>
+                 </mxCell>
+                 <mxCell id="36" value="&lt;p style=&quot;margin-top: 0px;&quot;&gt;O quiz vale metade dos pontos, e recebe um vaor padrao de quantidade um para cada tipo de pontos(), então decAcao tem o calculo = calculoPontos*0.5&lt;/p&gt;" style="text;html=1;whiteSpace=wrap;overflow=hidden;rounded=0;align=left;" vertex="1" parent="1">
+                     <mxGeometry x="420" y="230" width="200" height="90" as="geometry"/>
+                 </mxCell>
+                 <mxCell id="38" value="&lt;p style=&quot;margin-top: 0px;&quot;&gt;Os posts de ação devem valer mais, eles valem 2 vezes por serem mais dificeis. Então o calculo é:&lt;br&gt;calculoPontos*2&lt;/p&gt;" style="text;html=1;whiteSpace=wrap;overflow=hidden;rounded=0;align=left;" vertex="1" parent="1">
+                     <mxGeometry x="638" y="230" width="200" height="90" as="geometry"/>
+                 </mxCell>
+                 <mxCell id="39" value="&lt;p style=&quot;margin-top: 0px;&quot;&gt;Os&amp;nbsp; pontos de conquista valem 1.5 por exigirem diversas ações, então:&lt;br&gt;calculoPontos*1.5&lt;/p&gt;" style="text;html=1;whiteSpace=wrap;overflow=hidden;rounded=0;align=left;" vertex="1" parent="1">
+                     <mxGeometry x="860" y="230" width="200" height="90" as="geometry"/>
                </mxCell>
            </root>
        </mxGraphModel>
    </diagram>
</mxfile>